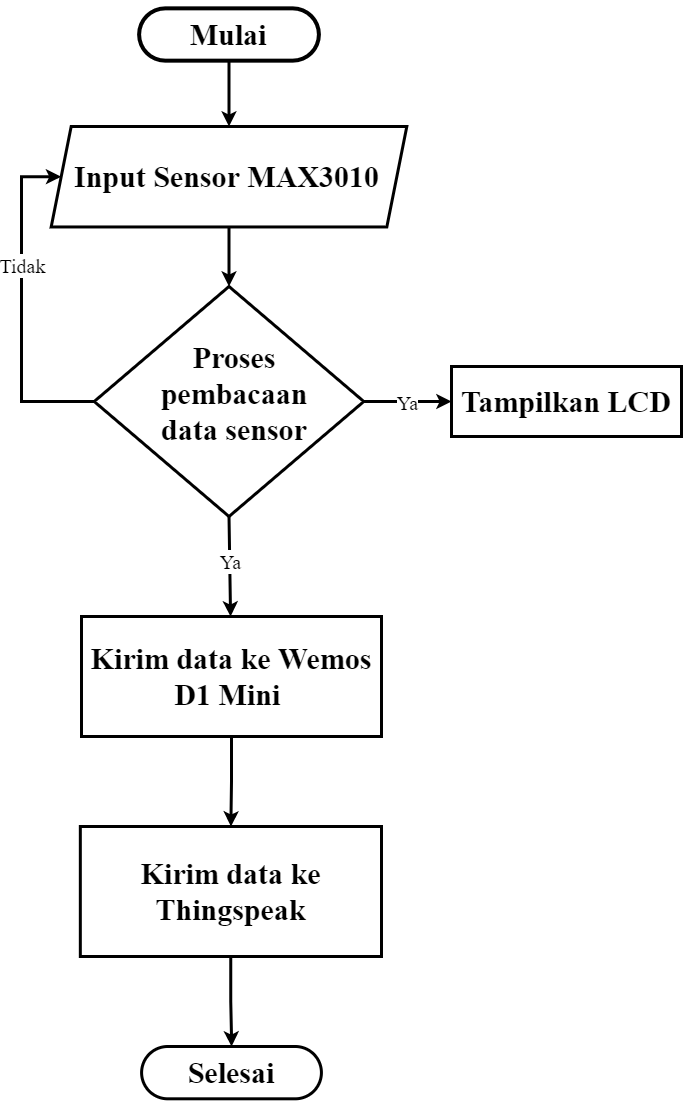
Before: FLOWCHART PULSE OXIMETRY.png, a diagram exported from draw.io (ajiesetyon/flowchart_PAA). Source tidied: cells renumbered, new cells last; positions are measured from the earlier drawing's top-left corner, leaving out a move shared by most shapes.
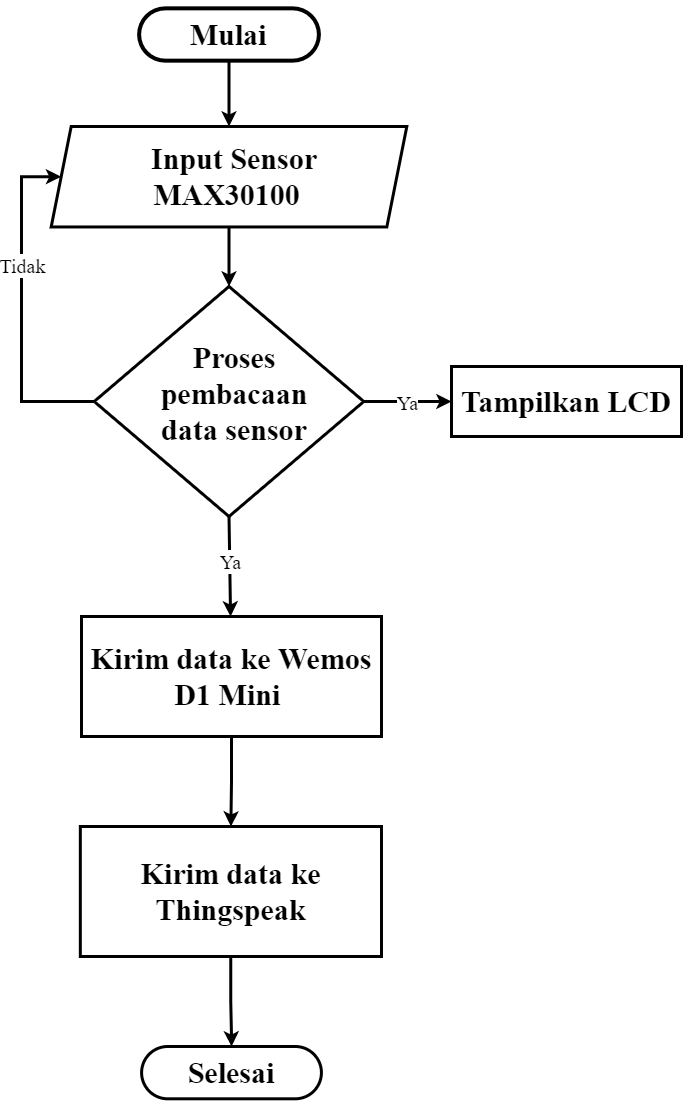
The same file after the commit.

The edit, as a diff of the source:
```diff
@@ -86,7 +86,7 @@
     <mxCell id="26" value="&lt;h1&gt;&lt;font style=&quot;font-size: 30px&quot; face=&quot;Times New Roman&quot;&gt;Selesai&lt;/font&gt;&lt;/h1&gt;" style="text;html=1;strokeColor=none;fillColor=none;align=center;verticalAlign=middle;whiteSpace=wrap;rounded=0;" parent="1" vertex="1">
       <mxGeometry x="170.8" y="1051.1" width="78.5" height="26.2" as="geometry" />
     </mxCell>
-    <mxCell id="27" value="&lt;h1&gt;&lt;font style=&quot;font-size: 30px&quot; face=&quot;Times New Roman&quot;&gt;Input Sensor MAX3010&amp;nbsp;&amp;nbsp;&lt;/font&gt;&lt;/h1&gt;" style="text;html=1;strokeColor=none;fillColor=none;align=center;verticalAlign=middle;whiteSpace=wrap;rounded=0;" parent="1" vertex="1">
+    <mxCell id="27" value="&lt;h1&gt;&lt;font style=&quot;font-size: 30px&quot; face=&quot;Times New Roman&quot;&gt;Input Sensor MAX30100&amp;nbsp;&amp;nbsp;&lt;/font&gt;&lt;/h1&gt;" style="text;html=1;strokeColor=none;fillColor=none;align=center;verticalAlign=middle;whiteSpace=wrap;rounded=0;" parent="1" vertex="1">
       <mxGeometry x="46.4" y="143.2" width="334" height="50" as="geometry" />
     </mxCell>
     <mxCell id="28" style="edgeStyle=orthogonalEdgeStyle;rounded=0;orthogonalLoop=1;jettySize=auto;html=1;exitX=0.5;exitY=1;exitDx=0;exitDy=0;strokeWidth=3;" parent="1" edge="1" source="20" target="20">
```
